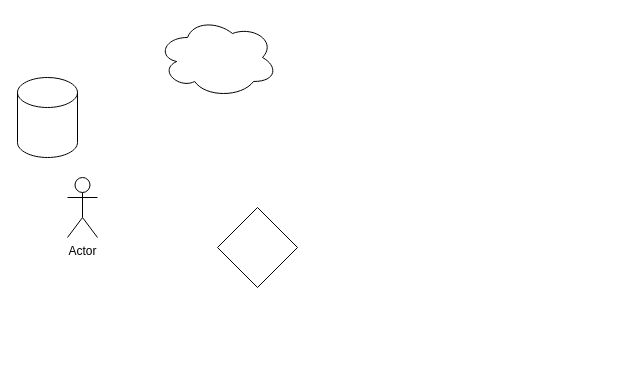
The draw.io diagram Drawings/Untitled Diagram.drawio in flare891/rmslow, before the edit. Source tidied: cells renumbered, new cells numbered last; positions are measured from the earlier drawing's top-left corner, leaving out a move shared by most shapes. Both pictures are drawn from the tidied source at 100%, with x=0, y=0 at pixel (17, 17).
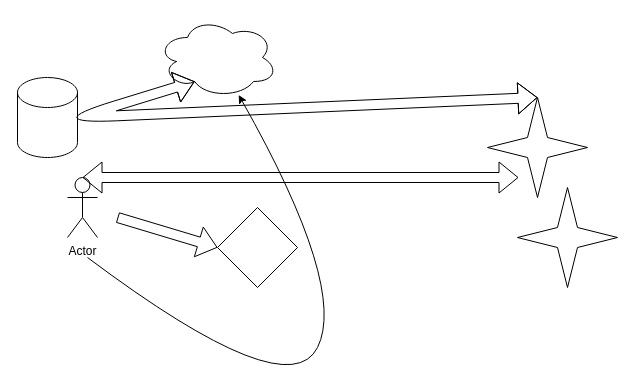
The same diagram, later.

Diff of the diagram source:
```diff
@@
 <mxGraphModel>
   <root>
     <mxCell id="0" />
     <mxCell id="1" parent="0" />
     <mxCell id="2" style="shape=cylinder3;whiteSpace=wrap;html=1;boundedLbl=1;backgroundOutline=1;size=15;" parent="1" vertex="1">
       <mxGeometry y="60" width="60" height="80" as="geometry" />
     </mxCell>
     <mxCell id="3" style="rhombus;whiteSpace=wrap;html=1;" parent="1" vertex="1">
       <mxGeometry x="200" y="190" width="80" height="80" as="geometry" />
     </mxCell>
     <mxCell id="4" style="ellipse;shape=cloud;whiteSpace=wrap;html=1;" parent="1" vertex="1">
       <mxGeometry x="140" width="120" height="80" as="geometry" />
     </mxCell>
     <mxCell id="5" value="Actor" style="shape=umlActor;verticalLabelPosition=bottom;verticalAlign=top;html=1;outlineConnect=0;" parent="1" vertex="1">
       <mxGeometry x="50" y="160" width="30" height="60" as="geometry" />
     </mxCell>
+    <mxCell id="6" style="shape=flexArrow;endArrow=classic;html=1;entryX=0;entryY=0.5;entryDx=0;entryDy=0;" parent="1" edge="1" target="3">
+      <mxGeometry relative="1" as="geometry">
+        <mxPoint x="100" y="200" as="sourcePoint" />
+      </mxGeometry>
+    </mxCell>
+    <mxCell id="7" style="shape=flexArrow;endArrow=classic;startArrow=classic;html=1;entryX=0.31;entryY=0.8;entryDx=0;entryDy=0;entryPerimeter=0;exitX=0.5;exitY=0;exitDx=0;exitDy=0;exitPerimeter=0;" parent="1" edge="1" source="8" target="4">
+      <mxGeometry relative="1" as="geometry">
+        <Array as="points">
+          <mxPoint x="60" y="100" />
+        </Array>
+      </mxGeometry>
+    </mxCell>
+    <mxCell id="8" style="verticalLabelPosition=bottom;verticalAlign=top;html=1;shape=mxgraph.basic.4_point_star_2;dx=0.8;" parent="1" vertex="1">
+      <mxGeometry x="470" y="80" width="100" height="100" as="geometry" />
+    </mxCell>
+    <mxCell id="9" style="curved=1;endArrow=classic;html=1;" parent="1" edge="1" target="4">
+      <mxGeometry relative="1" as="geometry">
+        <mxPoint x="70" y="240" as="sourcePoint" />
+        <Array as="points">
+          <mxPoint x="270" y="390" />
+          <mxPoint x="330" y="270" />
+        </Array>
+      </mxGeometry>
+    </mxCell>
+    <mxCell id="10" style="shape=flexArrow;endArrow=classic;startArrow=classic;html=1;entryX=0.31;entryY=0.8;entryDx=0;entryDy=0;entryPerimeter=0;exitX=0.5;exitY=0;exitDx=0;exitDy=0;exitPerimeter=0;" parent="1" edge="1" source="5" target="8">
+      <mxGeometry relative="1" as="geometry" />
+    </mxCell>
+    <mxCell id="11" style="verticalLabelPosition=bottom;verticalAlign=top;html=1;shape=mxgraph.basic.4_point_star_2;dx=0.8;" parent="1" vertex="1">
+      <mxGeometry x="500" y="170" width="100" height="100" as="geometry" />
+    </mxCell>
   </root>
 </mxGraphModel>
```
